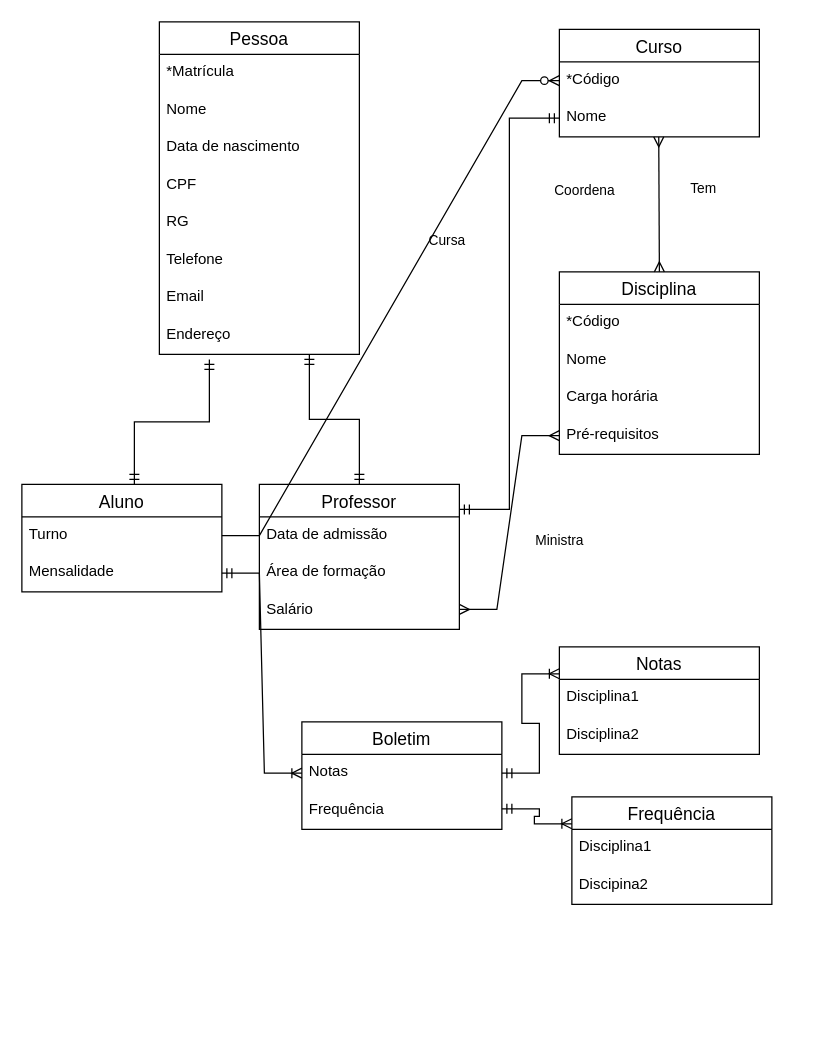
Above: diagramas/modelo-logico.drawio in ana-clara-candida/mdc053 (draw.io), before the change. Source tidied: cells renumbered, new cells numbered last; positions are measured from the earlier drawing's top-left corner, leaving out a move shared by most shapes. Both pictures are drawn from the tidied source at 125%, with x=0, y=0 at pixel (21, 21).
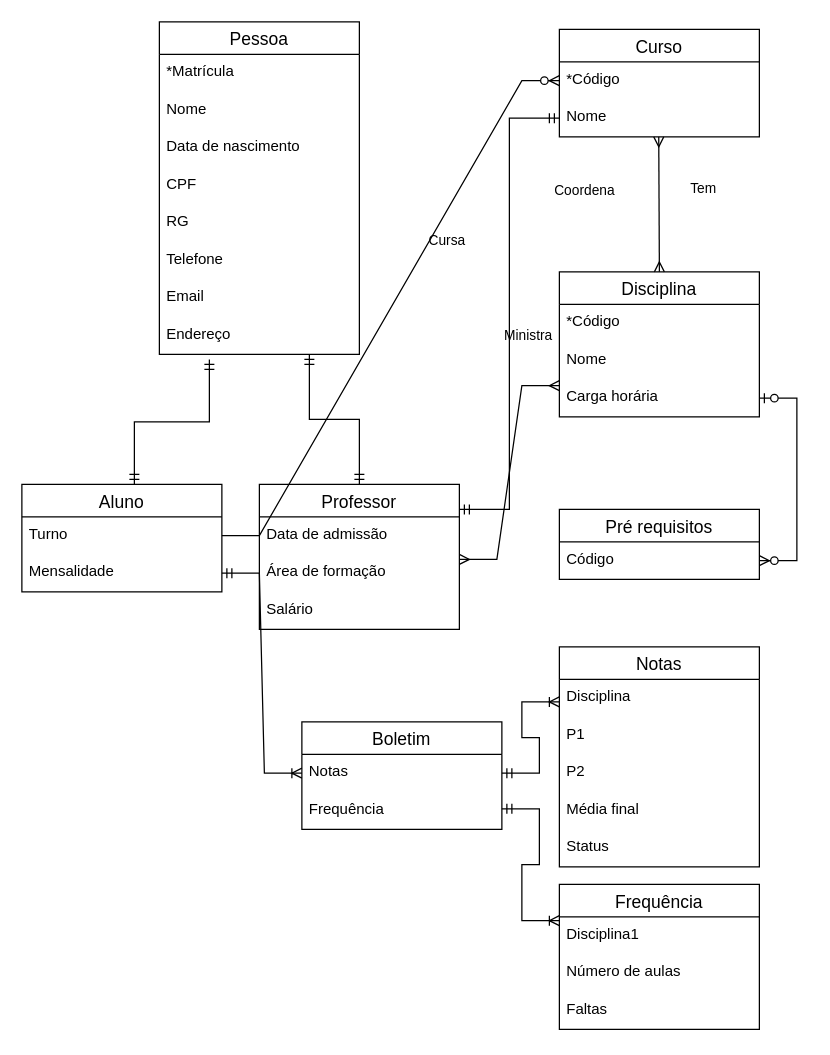
The same diagram, later.

The change refers to these unchanged cells:
```xml
<mxCell id="28" value="Carga horária" style="text;strokeColor=none;fillColor=none;spacingLeft=4;spacingRight=4;overflow=hidden;points=[[0,0.5],[1,0.5]];portConstraint=eastwest;fontSize=12;" parent="25" vertex="1">
  <mxGeometry y="86" width="160" height="30" as="geometry" />
</mxCell>
```

The edit, as a diff of the source:
```diff
@@
     <mxCell id="25" value="Disciplina" style="swimlane;fontStyle=0;horizontal=1;startSize=26;align=center;fontSize=14;" parent="1" vertex="1">
-      <mxGeometry x="430" y="200" width="160" height="146" as="geometry" />
+      <mxGeometry x="430" y="200" width="160" height="116" as="geometry" />
     </mxCell>
@@
-    <mxCell id="29" value="Pré-requisitos" style="text;strokeColor=none;fillColor=none;spacingLeft=4;spacingRight=4;overflow=hidden;points=[[0,0.5],[1,0.5]];portConstraint=eastwest;fontSize=12;" parent="25" vertex="1">
-      <mxGeometry y="116" width="160" height="30" as="geometry" />
-    </mxCell>
@@
     <mxCell id="32" value="Ministra" style="text;html=1;align=center;verticalAlign=middle;strokeColor=none;fillColor=none;fontSize=11;" parent="1" vertex="1">
-      <mxGeometry x="395" y="400" width="70" height="30" as="geometry" />
+      <mxGeometry x="370" y="236" width="70" height="30" as="geometry" />
     </mxCell>
-    <mxCell id="33" style="edgeStyle=entityRelationEdgeStyle;fontSize=12;html=1;endArrow=ERmany;startArrow=ERmany;rounded=0;entryX=0;entryY=0.5;entryDx=0;entryDy=0;" parent="1" edge="1" target="29">
+    <mxCell id="33" style="edgeStyle=entityRelationEdgeStyle;fontSize=12;html=1;endArrow=ERmany;startArrow=ERmany;rounded=0;entryX=0;entryY=0.5;entryDx=0;entryDy=0;" parent="1" edge="1">
       <mxGeometry relative="1" as="geometry">
-        <mxPoint x="350" y="470" as="sourcePoint" />
+        <mxPoint x="350" y="430" as="sourcePoint" />
+        <mxPoint x="430" y="291" as="targetPoint" />
       </mxGeometry>
     </mxCell>
@@
     <mxCell id="41" value="Frequência" style="swimlane;fontStyle=0;horizontal=1;startSize=26;align=center;fontSize=14;fillColor=none;" parent="1" vertex="1">
-      <mxGeometry x="440" y="620" width="160" height="86" as="geometry" />
+      <mxGeometry x="430" y="690" width="160" height="116" as="geometry" />
     </mxCell>
@@
-    <mxCell id="43" value="Discipina2" style="text;strokeColor=none;fillColor=none;spacingLeft=4;spacingRight=4;overflow=hidden;fontSize=12;" parent="41" vertex="1">
+    <mxCell id="43" value="Número de aulas" style="text;strokeColor=none;fillColor=none;spacingLeft=4;spacingRight=4;overflow=hidden;fontSize=12;" parent="41" vertex="1">
       <mxGeometry y="56" width="160" height="30" as="geometry" />
     </mxCell>
+    <mxCell id="49" value="Faltas" style="text;strokeColor=none;fillColor=none;spacingLeft=4;spacingRight=4;overflow=hidden;fontSize=12;" parent="41" vertex="1">
+      <mxGeometry y="86" width="160" height="30" as="geometry" />
+    </mxCell>
     <mxCell id="44" value="Notas" style="swimlane;fontStyle=0;horizontal=1;startSize=26;align=center;fontSize=14;fillColor=none;" parent="1" vertex="1">
-      <mxGeometry x="430" y="500" width="160" height="86" as="geometry" />
+      <mxGeometry x="430" y="500" width="160" height="176" as="geometry" />
     </mxCell>
-    <mxCell id="45" value="Disciplina1" style="text;strokeColor=none;fillColor=none;spacingLeft=4;spacingRight=4;overflow=hidden;fontSize=12;" parent="44" vertex="1">
-      <mxGeometry y="26" width="160" height="30" as="geometry" />
-    </mxCell>
-    <mxCell id="46" value="Disciplina2" style="text;strokeColor=none;fillColor=none;spacingLeft=4;spacingRight=4;overflow=hidden;fontSize=12;" parent="44" vertex="1">
-      <mxGeometry y="56" width="160" height="30" as="geometry" />
+    <mxCell id="46" value="Disciplina" style="text;strokeColor=none;fillColor=none;spacingLeft=4;spacingRight=4;overflow=hidden;fontSize=12;" parent="44" vertex="1">
+      <mxGeometry y="26" width="160" height="30" as="geometry" />
     </mxCell>
+    <mxCell id="50" value="P1" style="text;strokeColor=none;fillColor=none;spacingLeft=4;spacingRight=4;overflow=hidden;fontSize=12;" parent="44" vertex="1">
+      <mxGeometry y="56" width="160" height="30" as="geometry" />
+    </mxCell>
+    <mxCell id="51" value="P2" style="text;strokeColor=none;fillColor=none;spacingLeft=4;spacingRight=4;overflow=hidden;fontSize=12;" parent="44" vertex="1">
+      <mxGeometry y="86" width="160" height="30" as="geometry" />
+    </mxCell>
+    <mxCell id="52" value="Média final" style="text;strokeColor=none;fillColor=none;spacingLeft=4;spacingRight=4;overflow=hidden;fontSize=12;" parent="44" vertex="1">
+      <mxGeometry y="116" width="160" height="30" as="geometry" />
+    </mxCell>
+    <mxCell id="53" value="Status" style="text;strokeColor=none;fillColor=none;spacingLeft=4;spacingRight=4;overflow=hidden;fontSize=12;" parent="44" vertex="1">
+      <mxGeometry y="146" width="160" height="30" as="geometry" />
+    </mxCell>
@@
+    <mxCell id="54" value="Pré requisitos" style="swimlane;fontStyle=0;horizontal=1;startSize=26;align=center;fontSize=14;" parent="1" vertex="1">
+      <mxGeometry x="430" y="390" width="160" height="56" as="geometry" />
+    </mxCell>
+    <mxCell id="55" value="Código" style="text;strokeColor=none;fillColor=none;spacingLeft=4;spacingRight=4;overflow=hidden;points=[[0,0.5],[1,0.5]];portConstraint=eastwest;fontSize=12;" parent="54" vertex="1">
+      <mxGeometry y="26" width="160" height="30" as="geometry" />
+    </mxCell>
+    <mxCell id="56" style="edgeStyle=entityRelationEdgeStyle;fontSize=12;html=1;endArrow=ERzeroToMany;startArrow=ERzeroToOne;rounded=0;" parent="1" edge="1" source="28" target="55">
+      <mxGeometry relative="1" as="geometry" />
+    </mxCell>
```
